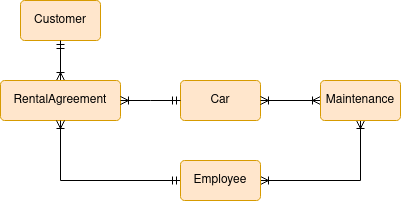
The draw.io diagram conceptual_model.drawio.png in Dimkiss/MyDB, before a commit. Source tidied: cells renumbered, new cells last; positions are measured from the earlier drawing's top-left corner, leaving out a move shared by most shapes. Source of this version:
```xml
<mxGraphModel>
  <root>
    <mxCell id="0" />
    <mxCell id="1" parent="0" />
    <mxCell id="2" value="Car" style="rounded=1;arcSize=10;whiteSpace=wrap;html=1;align=center;fillColor=#ffe6cc;strokeColor=#d79b00;" parent="1" vertex="1">
      <mxGeometry x="180" y="80" width="80" height="40" as="geometry" />
    </mxCell>
    <mxCell id="3" value="Customer" style="rounded=1;arcSize=10;whiteSpace=wrap;html=1;align=center;fillColor=#ffe6cc;strokeColor=#d79b00;" parent="1" vertex="1">
      <mxGeometry x="20" width="80" height="40" as="geometry" />
    </mxCell>
    <mxCell id="4" style="edgeStyle=orthogonalEdgeStyle;rounded=0;jettySize=auto;html=1;endArrow=ERmandOne;endFill=0;startArrow=ERoneToMany;startFill=0;" parent="1" edge="1" source="5" target="3">
      <mxGeometry relative="1" as="geometry" />
    </mxCell>
    <mxCell id="5" value="RentalAgreement&lt;strong&gt; &lt;/strong&gt;" style="rounded=1;arcSize=10;whiteSpace=wrap;html=1;align=center;fillColor=#ffe6cc;strokeColor=#d79b00;" parent="1" vertex="1">
      <mxGeometry y="80" width="120" height="40" as="geometry" />
    </mxCell>
    <mxCell id="6" style="edgeStyle=entityRelationEdgeStyle;fontSize=12;html=1;endArrow=ERmandOne;startArrow=ERoneToMany;rounded=0;entryX=0;entryY=0.5;entryDx=0;entryDy=0;exitX=1;exitY=0.5;exitDx=0;exitDy=0;endFill=0;" parent="1" edge="1" source="5" target="2">
      <mxGeometry relative="1" as="geometry" />
    </mxCell>
    <mxCell id="7" style="edgeStyle=orthogonalEdgeStyle;rounded=0;jettySize=auto;html=1;entryX=0.5;entryY=1;entryDx=0;entryDy=0;startArrow=ERmandOne;startFill=0;endArrow=ERoneToMany;endFill=0;" parent="1" edge="1" source="9" target="5">
      <mxGeometry relative="1" as="geometry" />
    </mxCell>
    <mxCell id="8" style="edgeStyle=orthogonalEdgeStyle;rounded=0;jettySize=auto;html=1;entryX=0.5;entryY=1;entryDx=0;entryDy=0;endArrow=ERoneToMany;endFill=0;startArrow=ERoneToMany;startFill=0;" parent="1" edge="1" source="9" target="11">
      <mxGeometry relative="1" as="geometry" />
    </mxCell>
    <mxCell id="9" value="Employee" style="rounded=1;arcSize=10;whiteSpace=wrap;html=1;align=center;fillColor=#ffe6cc;strokeColor=#d79b00;" parent="1" vertex="1">
      <mxGeometry x="180" y="160" width="80" height="40" as="geometry" />
    </mxCell>
    <mxCell id="10" style="edgeStyle=orthogonalEdgeStyle;rounded=0;jettySize=auto;html=1;entryX=1;entryY=0.5;entryDx=0;entryDy=0;startArrow=ERoneToMany;startFill=0;endArrow=ERoneToMany;endFill=0;" parent="1" edge="1" source="11" target="2">
      <mxGeometry relative="1" as="geometry" />
    </mxCell>
    <mxCell id="11" value="Maintenance" style="rounded=1;arcSize=10;whiteSpace=wrap;html=1;align=center;fillColor=#ffe6cc;strokeColor=#d79b00;" parent="1" vertex="1">
      <mxGeometry x="320" y="80" width="80" height="40" as="geometry" />
    </mxCell>
  </root>
</mxGraphModel>
```
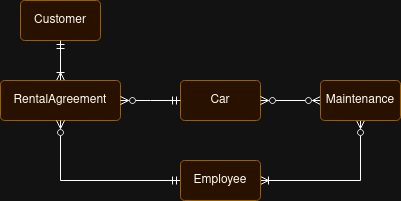
After the commit.

What changed in the source:
```diff
@@ -14,19 +14,19 @@
     <mxCell id="5" value="RentalAgreement&lt;strong&gt; &lt;/strong&gt;" style="rounded=1;arcSize=10;whiteSpace=wrap;html=1;align=center;fillColor=#ffe6cc;strokeColor=#d79b00;" parent="1" vertex="1">
       <mxGeometry y="80" width="120" height="40" as="geometry" />
     </mxCell>
-    <mxCell id="6" style="edgeStyle=entityRelationEdgeStyle;fontSize=12;html=1;endArrow=ERmandOne;startArrow=ERoneToMany;rounded=0;entryX=0;entryY=0.5;entryDx=0;entryDy=0;exitX=1;exitY=0.5;exitDx=0;exitDy=0;endFill=0;" parent="1" edge="1" source="5" target="2">
+    <mxCell id="6" style="edgeStyle=entityRelationEdgeStyle;fontSize=12;html=1;endArrow=ERmandOne;startArrow=ERzeroToMany;rounded=0;entryX=0;entryY=0.5;entryDx=0;entryDy=0;exitX=1;exitY=0.5;exitDx=0;exitDy=0;endFill=0;startFill=0;" parent="1" edge="1" source="5" target="2">
       <mxGeometry relative="1" as="geometry" />
     </mxCell>
-    <mxCell id="7" style="edgeStyle=orthogonalEdgeStyle;rounded=0;jettySize=auto;html=1;entryX=0.5;entryY=1;entryDx=0;entryDy=0;startArrow=ERmandOne;startFill=0;endArrow=ERoneToMany;endFill=0;" parent="1" edge="1" source="9" target="5">
+    <mxCell id="7" style="edgeStyle=orthogonalEdgeStyle;rounded=0;jettySize=auto;html=1;entryX=0.5;entryY=1;entryDx=0;entryDy=0;startArrow=ERmandOne;startFill=0;endArrow=ERzeroToMany;endFill=0;" parent="1" edge="1" source="9" target="5">
       <mxGeometry relative="1" as="geometry" />
     </mxCell>
-    <mxCell id="8" style="edgeStyle=orthogonalEdgeStyle;rounded=0;jettySize=auto;html=1;entryX=0.5;entryY=1;entryDx=0;entryDy=0;endArrow=ERoneToMany;endFill=0;startArrow=ERoneToMany;startFill=0;" parent="1" edge="1" source="9" target="11">
+    <mxCell id="8" style="edgeStyle=orthogonalEdgeStyle;rounded=0;jettySize=auto;html=1;entryX=0.5;entryY=1;entryDx=0;entryDy=0;endArrow=ERzeroToMany;endFill=0;startArrow=ERoneToMany;startFill=0;" parent="1" edge="1" source="9" target="11">
       <mxGeometry relative="1" as="geometry" />
     </mxCell>
     <mxCell id="9" value="Employee" style="rounded=1;arcSize=10;whiteSpace=wrap;html=1;align=center;fillColor=#ffe6cc;strokeColor=#d79b00;" parent="1" vertex="1">
       <mxGeometry x="180" y="160" width="80" height="40" as="geometry" />
     </mxCell>
-    <mxCell id="10" style="edgeStyle=orthogonalEdgeStyle;rounded=0;jettySize=auto;html=1;entryX=1;entryY=0.5;entryDx=0;entryDy=0;startArrow=ERoneToMany;startFill=0;endArrow=ERoneToMany;endFill=0;" parent="1" edge="1" source="11" target="2">
+    <mxCell id="10" style="edgeStyle=orthogonalEdgeStyle;rounded=0;jettySize=auto;html=1;entryX=1;entryY=0.5;entryDx=0;entryDy=0;startArrow=ERzeroToMany;startFill=0;endArrow=ERzeroToMany;endFill=0;" parent="1" edge="1" source="11" target="2">
       <mxGeometry relative="1" as="geometry" />
     </mxCell>
     <mxCell id="11" value="Maintenance" style="rounded=1;arcSize=10;whiteSpace=wrap;html=1;align=center;fillColor=#ffe6cc;strokeColor=#d79b00;" parent="1" vertex="1">
```
